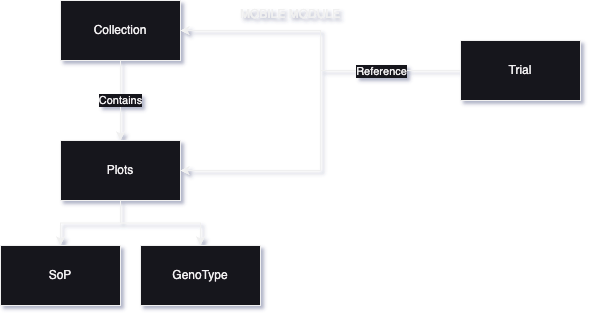
The draw.io diagram docs/Mobile_Module_Structure.png in AgDMALabs-Public/AgDMALabs-open, before a commit. Source tidied: cells renumbered, new cells last; positions are measured from the earlier drawing's top-left corner, leaving out a move shared by most shapes. The source it was exported from:
```xml
<mxGraphModel>
  <root>
    <mxCell id="0" />
    <mxCell id="1" parent="0" />
    <mxCell id="2" value="MOBILE MODULE" style="group;" parent="1" vertex="1">
      <mxGeometry width="580" height="305" as="geometry" />
    </mxCell>
    <mxCell id="3" value="Contains" style="edgeStyle=orthogonalEdgeStyle;rounded=0;jettySize=auto;html=1;" parent="2" edge="1" source="4" target="11">
      <mxGeometry relative="1" as="geometry" />
    </mxCell>
    <mxCell id="4" value="Collection" style="rounded=0;whiteSpace=wrap;html=1;" parent="2" vertex="1">
      <mxGeometry x="60" width="120" height="60" as="geometry" />
    </mxCell>
    <mxCell id="5" style="edgeStyle=orthogonalEdgeStyle;rounded=0;jettySize=auto;html=1;entryX=1;entryY=0.5;entryDx=0;entryDy=0;" parent="2" edge="1" source="8" target="11">
      <mxGeometry relative="1" as="geometry" />
    </mxCell>
    <mxCell id="6" style="edgeStyle=orthogonalEdgeStyle;rounded=0;jettySize=auto;html=1;entryX=1;entryY=0.5;entryDx=0;entryDy=0;" parent="2" edge="1" source="8" target="4">
      <mxGeometry relative="1" as="geometry" />
    </mxCell>
    <mxCell id="7" value="Reference" style="edgeLabel;html=1;align=center;verticalAlign=middle;" parent="6" vertex="1">
      <mxGeometry x="-0.42" y="-5" relative="1" as="geometry">
        <mxPoint x="13" y="5" as="offset" />
      </mxGeometry>
    </mxCell>
    <mxCell id="8" value="Trial" style="rounded=0;whiteSpace=wrap;html=1;" parent="2" vertex="1">
      <mxGeometry x="460" y="40" width="120" height="60" as="geometry" />
    </mxCell>
    <mxCell id="9" style="edgeStyle=orthogonalEdgeStyle;rounded=0;jettySize=auto;html=1;entryX=0.5;entryY=0;entryDx=0;entryDy=0;" parent="2" edge="1" source="11" target="12">
      <mxGeometry relative="1" as="geometry" />
    </mxCell>
    <mxCell id="10" style="edgeStyle=orthogonalEdgeStyle;rounded=0;jettySize=auto;html=1;" parent="2" edge="1" source="11" target="13">
      <mxGeometry relative="1" as="geometry" />
    </mxCell>
    <mxCell id="11" value="Plots" style="rounded=0;whiteSpace=wrap;html=1;" parent="2" vertex="1">
      <mxGeometry x="60" y="140" width="120" height="60" as="geometry" />
    </mxCell>
    <mxCell id="12" value="SoP&lt;span style=&quot;color: rgba(0, 0, 0, 0); font-family: monospace; font-size: 0px; text-align: start; text-wrap: nowrap;&quot;&gt;%3CmxGraphModel%3E%3Croot%3E%3CmxCell%20id%3D%220%22%2F%3E%3CmxCell%20id%3D%221%22%20parent%3D%220%22%2F%3E%3CmxCell%20id%3D%222%22%20value%3D%22Plots%22%20style%3D%22rounded%3D0%3BwhiteSpace%3Dwrap%3Bhtml%3D1%3B%22%20vertex%3D%221%22%20parent%3D%221%22%3E%3CmxGeometry%20x%3D%223410%22%20y%3D%22480%22%20width%3D%22120%22%20height%3D%2260%22%20as%3D%22geometry%22%2F%3E%3C%2FmxCell%3E%3C%2Froot%3E%3C%2FmxGraphModel%3E&lt;/span&gt;" style="rounded=0;whiteSpace=wrap;html=1;" parent="2" vertex="1">
      <mxGeometry y="245" width="120" height="60" as="geometry" />
    </mxCell>
    <mxCell id="13" value="GenoType" style="rounded=0;whiteSpace=wrap;html=1;" parent="2" vertex="1">
      <mxGeometry x="140" y="245" width="120" height="60" as="geometry" />
    </mxCell>
  </root>
</mxGraphModel>
```
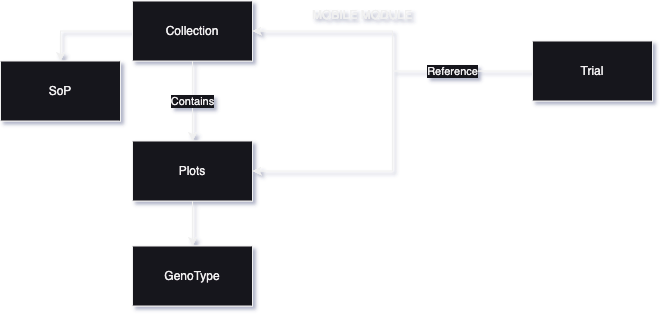
Above is the later version.

The edit, as a diff of the source:
```diff
@@ -5,13 +5,13 @@
     <mxCell id="2" value="MOBILE MODULE" style="group;" parent="1" vertex="1">
       <mxGeometry width="580" height="305" as="geometry" />
     </mxCell>
-    <mxCell id="3" value="Contains" style="edgeStyle=orthogonalEdgeStyle;rounded=0;jettySize=auto;html=1;" parent="2" edge="1" source="4" target="11">
+    <mxCell id="3" value="Contains" style="edgeStyle=orthogonalEdgeStyle;rounded=0;jettySize=auto;html=1;" parent="2" edge="1" source="4" target="10">
       <mxGeometry relative="1" as="geometry" />
     </mxCell>
     <mxCell id="4" value="Collection" style="rounded=0;whiteSpace=wrap;html=1;" parent="2" vertex="1">
       <mxGeometry x="60" width="120" height="60" as="geometry" />
     </mxCell>
-    <mxCell id="5" style="edgeStyle=orthogonalEdgeStyle;rounded=0;jettySize=auto;html=1;entryX=1;entryY=0.5;entryDx=0;entryDy=0;" parent="2" edge="1" source="8" target="11">
+    <mxCell id="5" style="edgeStyle=orthogonalEdgeStyle;rounded=0;jettySize=auto;html=1;entryX=1;entryY=0.5;entryDx=0;entryDy=0;" parent="2" edge="1" source="8" target="10">
       <mxGeometry relative="1" as="geometry" />
     </mxCell>
     <mxCell id="6" style="edgeStyle=orthogonalEdgeStyle;rounded=0;jettySize=auto;html=1;entryX=1;entryY=0.5;entryDx=0;entryDy=0;" parent="2" edge="1" source="8" target="4">
@@ -25,20 +25,20 @@
     <mxCell id="8" value="Trial" style="rounded=0;whiteSpace=wrap;html=1;" parent="2" vertex="1">
       <mxGeometry x="460" y="40" width="120" height="60" as="geometry" />
     </mxCell>
-    <mxCell id="9" style="edgeStyle=orthogonalEdgeStyle;rounded=0;jettySize=auto;html=1;entryX=0.5;entryY=0;entryDx=0;entryDy=0;" parent="2" edge="1" source="11" target="12">
+    <mxCell id="9" style="edgeStyle=orthogonalEdgeStyle;rounded=0;jettySize=auto;html=1;" parent="2" edge="1" source="10" target="11">
       <mxGeometry relative="1" as="geometry" />
     </mxCell>
-    <mxCell id="10" style="edgeStyle=orthogonalEdgeStyle;rounded=0;jettySize=auto;html=1;" parent="2" edge="1" source="11" target="13">
-      <mxGeometry relative="1" as="geometry" />
+    <mxCell id="10" value="Plots" style="rounded=0;whiteSpace=wrap;html=1;" parent="2" vertex="1">
+      <mxGeometry x="60" y="140" width="120" height="60" as="geometry" />
     </mxCell>
-    <mxCell id="11" value="Plots" style="rounded=0;whiteSpace=wrap;html=1;" parent="2" vertex="1">
-      <mxGeometry x="60" y="140" width="120" height="60" as="geometry" />
+    <mxCell id="11" value="GenoType" style="rounded=0;whiteSpace=wrap;html=1;" parent="2" vertex="1">
+      <mxGeometry x="60" y="245" width="120" height="60" as="geometry" />
     </mxCell>
-    <mxCell id="12" value="SoP&lt;span style=&quot;color: rgba(0, 0, 0, 0); font-family: monospace; font-size: 0px; text-align: start; text-wrap: nowrap;&quot;&gt;%3CmxGraphModel%3E%3Croot%3E%3CmxCell%20id%3D%220%22%2F%3E%3CmxCell%20id%3D%221%22%20parent%3D%220%22%2F%3E%3CmxCell%20id%3D%222%22%20value%3D%22Plots%22%20style%3D%22rounded%3D0%3BwhiteSpace%3Dwrap%3Bhtml%3D1%3B%22%20vertex%3D%221%22%20parent%3D%221%22%3E%3CmxGeometry%20x%3D%223410%22%20y%3D%22480%22%20width%3D%22120%22%20height%3D%2260%22%20as%3D%22geometry%22%2F%3E%3C%2FmxCell%3E%3C%2Froot%3E%3C%2FmxGraphModel%3E&lt;/span&gt;" style="rounded=0;whiteSpace=wrap;html=1;" parent="2" vertex="1">
-      <mxGeometry y="245" width="120" height="60" as="geometry" />
+    <mxCell id="12" value="SoP&lt;span style=&quot;color: rgba(0, 0, 0, 0); font-family: monospace; font-size: 0px; text-align: start; text-wrap: nowrap;&quot;&gt;%3CmxGraphModel%3E%3Croot%3E%3CmxCell%20id%3D%220%22%2F%3E%3CmxCell%20id%3D%221%22%20parent%3D%220%22%2F%3E%3CmxCell%20id%3D%222%22%20value%3D%22Plots%22%20style%3D%22rounded%3D0%3BwhiteSpace%3Dwrap%3Bhtml%3D1%3B%22%20vertex%3D%221%22%20parent%3D%221%22%3E%3CmxGeometry%20x%3D%223410%22%20y%3D%22480%22%20width%3D%22120%22%20height%3D%2260%22%20as%3D%22geometry%22%2F%3E%3C%2FmxCell%3E%3C%2Froot%3E%3C%2FmxGraphModel%3E&lt;/span&gt;" style="rounded=0;whiteSpace=wrap;html=1;" parent="1" vertex="1">
+      <mxGeometry x="-72" y="60" width="120" height="60" as="geometry" />
     </mxCell>
-    <mxCell id="13" value="GenoType" style="rounded=0;whiteSpace=wrap;html=1;" parent="2" vertex="1">
-      <mxGeometry x="140" y="245" width="120" height="60" as="geometry" />
+    <mxCell id="13" style="edgeStyle=orthogonalEdgeStyle;rounded=0;jettySize=auto;html=1;entryX=0.5;entryY=0;entryDx=0;entryDy=0;" parent="1" edge="1" source="4" target="12">
+      <mxGeometry relative="1" as="geometry" />
     </mxCell>
   </root>
 </mxGraphModel>
```
